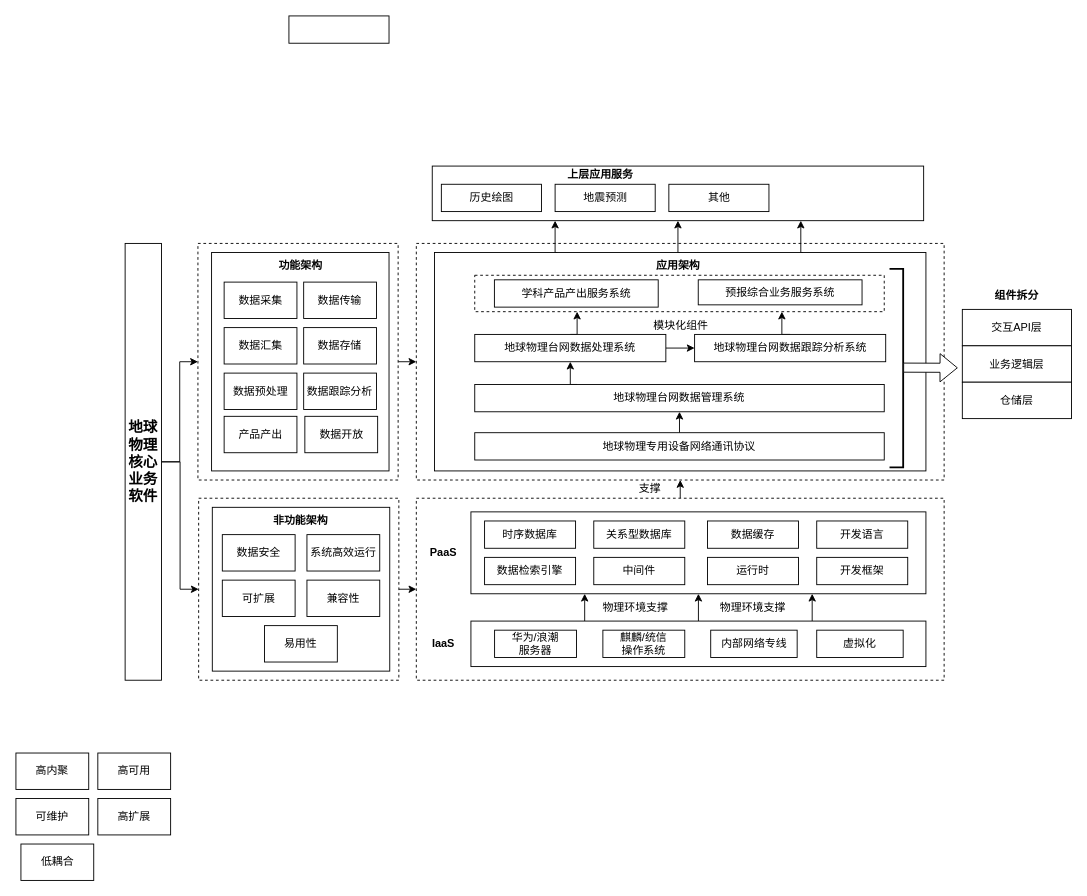
raingnight/Blog_Pic keeps this draw.io diagram as page "第 16 页" (16 of 16) of drawio/eq_network.drawio. Above is the earlier version. Source tidied: cells renumbered, new cells numbered last; positions are measured from the earlier drawing's top-left corner, leaving out a move shared by most shapes. Both pictures are drawn from the tidied source at 91%, with x=0, y=0 at pixel (15, 15).
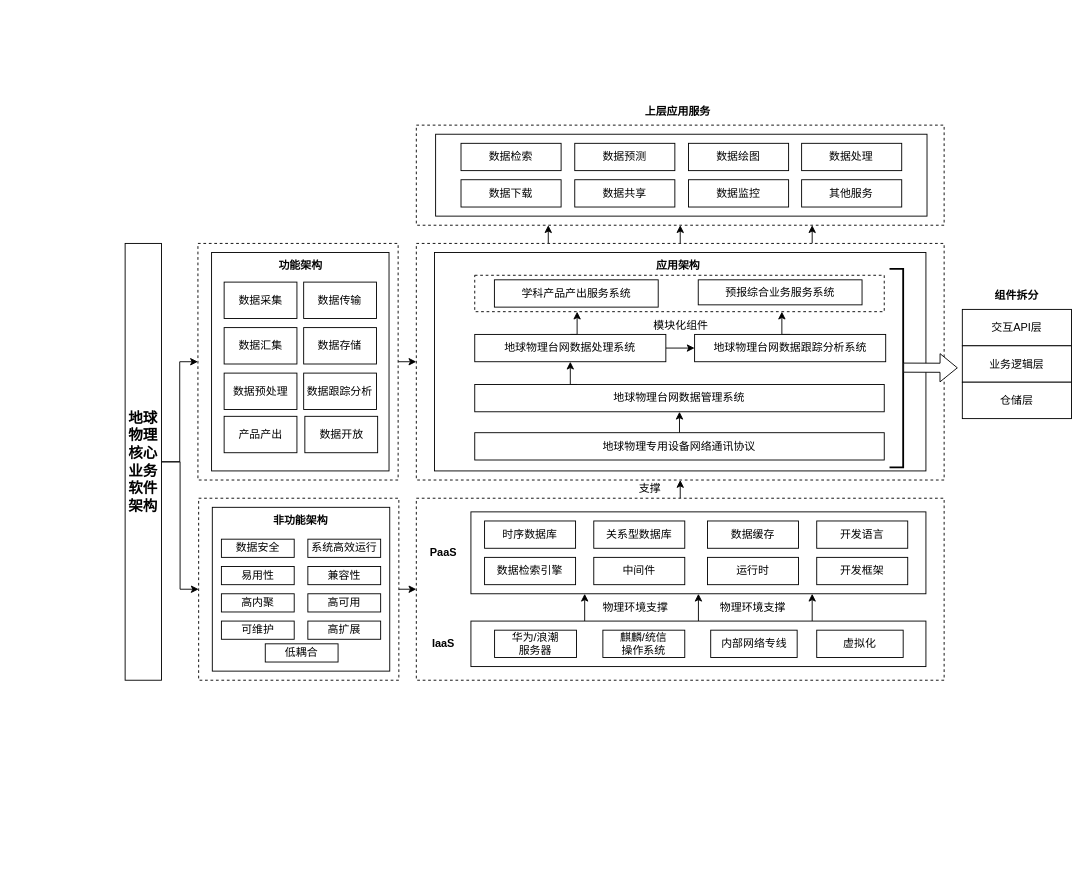
The same diagram, later.

Unchanged cells that the change refers to:
```xml
<mxCell id="4" style="rounded=0;whiteSpace=wrap;html=1;dashed=1;" parent="1" vertex="1">
  <mxGeometry x="440" y="250" width="580" height="260" as="geometry" />
</mxCell>
<mxCell id="8" style="rounded=0;whiteSpace=wrap;html=1;" parent="1" vertex="1">
  <mxGeometry x="460" y="260" width="540" height="240" as="geometry" />
</mxCell>
<mxCell id="11" style="rounded=0;whiteSpace=wrap;html=1;dashed=1;" parent="1" vertex="1">
  <mxGeometry x="200.8" y="530" width="220" height="200" as="geometry" />
</mxCell>
<mxCell id="13" style="rounded=0;whiteSpace=wrap;html=1;dashed=1;" parent="1" vertex="1">
  <mxGeometry x="200" y="250" width="220" height="260" as="geometry" />
</mxCell>
```

Diff of the diagram source:
```diff
@@
+    <mxCell id="86" style="rounded=0;whiteSpace=wrap;html=1;dashed=1;" parent="1" vertex="1">
+      <mxGeometry x="440" y="120" width="580" height="110" as="geometry" />
+    </mxCell>
@@
+    <mxCell id="87" style="edgeStyle=orthogonalEdgeStyle;rounded=0;jettySize=auto;html=1;exitX=0.25;exitY=0;exitDx=0;exitDy=0;entryX=0.25;entryY=1;entryDx=0;entryDy=0;" parent="1" edge="1" source="4" target="86">
+      <mxGeometry relative="1" as="geometry" />
+    </mxCell>
+    <mxCell id="88" style="edgeStyle=orthogonalEdgeStyle;rounded=0;jettySize=auto;html=1;exitX=0.5;exitY=0;exitDx=0;exitDy=0;entryX=0.5;entryY=1;entryDx=0;entryDy=0;" parent="1" edge="1" source="4" target="86">
+      <mxGeometry relative="1" as="geometry" />
+    </mxCell>
+    <mxCell id="89" style="edgeStyle=orthogonalEdgeStyle;rounded=0;jettySize=auto;html=1;exitX=0.75;exitY=0;exitDx=0;exitDy=0;entryX=0.75;entryY=1;entryDx=0;entryDy=0;" parent="1" edge="1" source="4" target="86">
+      <mxGeometry relative="1" as="geometry" />
+    </mxCell>
@@
-    <mxCell id="5" style="edgeStyle=orthogonalEdgeStyle;rounded=0;jettySize=auto;html=1;exitX=0.25;exitY=0;exitDx=0;exitDy=0;entryX=0.25;entryY=1;entryDx=0;entryDy=0;" parent="1" edge="1" source="8" target="22">
-      <mxGeometry relative="1" as="geometry" />
-    </mxCell>
-    <mxCell id="6" style="edgeStyle=orthogonalEdgeStyle;rounded=0;jettySize=auto;html=1;exitX=0.5;exitY=0;exitDx=0;exitDy=0;entryX=0.5;entryY=1;entryDx=0;entryDy=0;" parent="1" edge="1" source="8" target="22">
-      <mxGeometry relative="1" as="geometry" />
-    </mxCell>
-    <mxCell id="7" style="edgeStyle=orthogonalEdgeStyle;rounded=0;jettySize=auto;html=1;exitX=0.75;exitY=0;exitDx=0;exitDy=0;entryX=0.75;entryY=1;entryDx=0;entryDy=0;" parent="1" edge="1" source="8" target="22">
-      <mxGeometry relative="1" as="geometry" />
-    </mxCell>
@@
     <mxCell id="22" style="rounded=0;whiteSpace=wrap;html=1;" parent="1" vertex="1">
-      <mxGeometry x="457.5" y="165" width="540" height="60" as="geometry" />
+      <mxGeometry x="461.2" y="130" width="540" height="90" as="geometry" />
     </mxCell>
     <mxCell id="23" value="上层应用服务" style="text;html=1;strokeColor=none;fillColor=none;align=center;verticalAlign=middle;whiteSpace=wrap;rounded=0;fontStyle=1;" parent="1" vertex="1">
-      <mxGeometry x="590" y="160" width="105" height="30" as="geometry" />
+      <mxGeometry x="675" y="90" width="105" height="30" as="geometry" />
     </mxCell>
@@
     <mxCell id="35" value="高可用" style="rounded=0;whiteSpace=wrap;html=1;" parent="1" vertex="1">
-      <mxGeometry x="90" y="810" width="80" height="40" as="geometry" />
+      <mxGeometry x="320.8" y="635" width="80" height="20" as="geometry" />
     </mxCell>
     <mxCell id="36" value="高扩展" style="rounded=0;whiteSpace=wrap;html=1;" parent="1" vertex="1">
-      <mxGeometry x="90" y="860" width="80" height="40" as="geometry" />
+      <mxGeometry x="320.8" y="665" width="80" height="20" as="geometry" />
     </mxCell>
     <mxCell id="37" value="低耦合" style="rounded=0;whiteSpace=wrap;html=1;" parent="1" vertex="1">
-      <mxGeometry x="5.5" y="910" width="80" height="40" as="geometry" />
+      <mxGeometry x="274" y="690" width="80" height="20" as="geometry" />
     </mxCell>
     <mxCell id="38" value="高内聚" style="rounded=0;whiteSpace=wrap;html=1;" parent="1" vertex="1">
-      <mxGeometry y="810" width="80" height="40" as="geometry" />
+      <mxGeometry x="225.8" y="635" width="80" height="20" as="geometry" />
     </mxCell>
     <mxCell id="39" value="可维护" style="rounded=0;whiteSpace=wrap;html=1;" parent="1" vertex="1">
-      <mxGeometry y="860" width="80" height="40" as="geometry" />
+      <mxGeometry x="225.8" y="665" width="80" height="20" as="geometry" />
     </mxCell>
-    <mxCell id="40" value="历史绘图" style="rounded=0;whiteSpace=wrap;html=1;" parent="1" vertex="1">
-      <mxGeometry x="467.5" y="185" width="110" height="30" as="geometry" />
+    <mxCell id="40" value="数据检索" style="rounded=0;whiteSpace=wrap;html=1;" parent="1" vertex="1">
+      <mxGeometry x="489.1" y="140" width="110" height="30" as="geometry" />
     </mxCell>
-    <mxCell id="41" value="地震预测" style="rounded=0;whiteSpace=wrap;html=1;" parent="1" vertex="1">
-      <mxGeometry x="592.5" y="185" width="110" height="30" as="geometry" />
+    <mxCell id="41" value="数据预测" style="rounded=0;whiteSpace=wrap;html=1;" parent="1" vertex="1">
+      <mxGeometry x="614.1" y="140" width="110" height="30" as="geometry" />
     </mxCell>
-    <mxCell id="42" value="其他" style="rounded=0;whiteSpace=wrap;html=1;" parent="1" vertex="1">
-      <mxGeometry x="717.5" y="185" width="110" height="30" as="geometry" />
+    <mxCell id="42" value="数据绘图" style="rounded=0;whiteSpace=wrap;html=1;" parent="1" vertex="1">
+      <mxGeometry x="739.1" y="140" width="110" height="30" as="geometry" />
     </mxCell>
@@
+    <mxCell id="50" style="edgeStyle=orthogonalEdgeStyle;rounded=0;jettySize=auto;html=1;exitX=1;exitY=0.5;exitDx=0;exitDy=0;entryX=0;entryY=0.5;entryDx=0;entryDy=0;" parent="1" edge="1" source="51" target="11">
+      <mxGeometry relative="1" as="geometry" />
+    </mxCell>
     <mxCell id="49" style="edgeStyle=orthogonalEdgeStyle;rounded=0;jettySize=auto;html=1;exitX=1;exitY=0.5;exitDx=0;exitDy=0;entryX=0;entryY=0.5;entryDx=0;entryDy=0;" parent="1" edge="1" source="51" target="13">
-      <mxGeometry relative="1" as="geometry">
-        <Array as="points">
-          <mxPoint x="180" y="490" />
-          <mxPoint x="180" y="380" />
-        </Array>
-      </mxGeometry>
+      <mxGeometry relative="1" as="geometry" />
     </mxCell>
-    <mxCell id="50" style="edgeStyle=orthogonalEdgeStyle;rounded=0;jettySize=auto;html=1;exitX=1;exitY=0.5;exitDx=0;exitDy=0;entryX=0;entryY=0.5;entryDx=0;entryDy=0;" parent="1" edge="1" source="51" target="11">
-      <mxGeometry relative="1" as="geometry" />
-    </mxCell>
-    <mxCell id="51" value="地球物理核心&lt;br style=&quot;font-size: 16px;&quot;&gt;业务软件" style="rounded=0;whiteSpace=wrap;html=1;fontSize=16;fontStyle=1;" parent="1" vertex="1">
+    <mxCell id="51" value="地球物理核心&lt;br style=&quot;font-size: 16px;&quot;&gt;业务软件&lt;br&gt;架构" style="rounded=0;whiteSpace=wrap;html=1;fontSize=16;fontStyle=1;" parent="1" vertex="1">
       <mxGeometry x="120" y="250" width="40" height="480" as="geometry" />
     </mxCell>
@@
     <mxCell id="70" value="数据安全" style="rounded=0;whiteSpace=wrap;html=1;" parent="1" vertex="1">
-      <mxGeometry x="226.8" y="570" width="80" height="40" as="geometry" />
+      <mxGeometry x="225.8" y="575" width="80" height="20" as="geometry" />
     </mxCell>
     <mxCell id="71" value="系统高效运行" style="rounded=0;whiteSpace=wrap;html=1;" parent="1" vertex="1">
-      <mxGeometry x="319.8" y="570" width="80" height="40" as="geometry" />
+      <mxGeometry x="320.8" y="575" width="80" height="20" as="geometry" />
     </mxCell>
-    <mxCell id="72" value="可扩展" style="rounded=0;whiteSpace=wrap;html=1;" parent="1" vertex="1">
-      <mxGeometry x="226.8" y="620" width="80" height="40" as="geometry" />
-    </mxCell>
     <mxCell id="73" value="兼容性" style="rounded=0;whiteSpace=wrap;html=1;" parent="1" vertex="1">
-      <mxGeometry x="319.8" y="620" width="80" height="40" as="geometry" />
+      <mxGeometry x="320.8" y="605" width="80" height="20" as="geometry" />
     </mxCell>
     <mxCell id="74" value="易用性" style="rounded=0;whiteSpace=wrap;html=1;" parent="1" vertex="1">
-      <mxGeometry x="273.2" y="670" width="80" height="40" as="geometry" />
+      <mxGeometry x="225.8" y="605" width="80" height="20" as="geometry" />
     </mxCell>
@@
-    <mxCell id="77" style="rounded=0;whiteSpace=wrap;html=1;" parent="1" vertex="1">
-      <mxGeometry x="300" width="110" height="30" as="geometry" />
-    </mxCell>
@@
+    <mxCell id="90" value="数据处理" style="rounded=0;whiteSpace=wrap;html=1;" parent="1" vertex="1">
+      <mxGeometry x="863.4" y="140" width="110" height="30" as="geometry" />
+    </mxCell>
+    <mxCell id="91" value="数据下载" style="rounded=0;whiteSpace=wrap;html=1;" parent="1" vertex="1">
+      <mxGeometry x="489.1" y="180" width="110" height="30" as="geometry" />
+    </mxCell>
+    <mxCell id="92" value="数据共享" style="rounded=0;whiteSpace=wrap;html=1;" parent="1" vertex="1">
+      <mxGeometry x="614.1" y="180" width="110" height="30" as="geometry" />
+    </mxCell>
+    <mxCell id="93" value="数据监控" style="rounded=0;whiteSpace=wrap;html=1;" parent="1" vertex="1">
+      <mxGeometry x="739.1" y="180" width="110" height="30" as="geometry" />
+    </mxCell>
+    <mxCell id="94" value="其他服务" style="rounded=0;whiteSpace=wrap;html=1;" parent="1" vertex="1">
+      <mxGeometry x="863.4" y="180" width="110" height="30" as="geometry" />
+    </mxCell>
```
